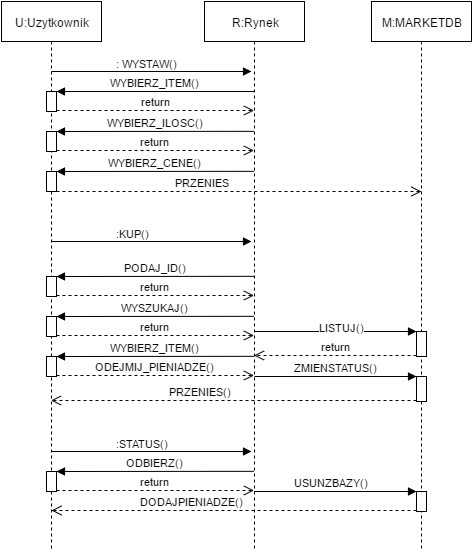
This is przebiegu.png from hokousharingan/UMLIO, a draw.io export, as it was before one commit. Source tidied: cells renumbered, new cells last; positions are measured from the earlier drawing's top-left corner, leaving out a move shared by most shapes. Source of this version:
```xml
<mxGraphModel background="#ffffff">
  <root>
    <mxCell id="0" />
    <mxCell id="1" parent="0" />
    <mxCell id="2" value="U:Uzytkownik" style="shape=umlLifeline;perimeter=lifelinePerimeter;whiteSpace=wrap;html=1;outlineConnect=0;" parent="1" vertex="1">
      <mxGeometry width="100" height="550" as="geometry" />
    </mxCell>
    <mxCell id="3" style="html=1;points=[];perimeter=orthogonalPerimeter;" parent="2" vertex="1">
      <mxGeometry x="45" y="90" width="10" height="20" as="geometry" />
    </mxCell>
    <mxCell id="4" style="html=1;points=[];perimeter=orthogonalPerimeter;" parent="2" vertex="1">
      <mxGeometry x="45" y="130" width="10" height="20" as="geometry" />
    </mxCell>
    <mxCell id="5" value="WYBIERZ_ILOSC()" style="html=1;verticalAlign=bottom;endArrow=block;entryX=1;entryY=0;" parent="2" edge="1" target="4">
      <mxGeometry x="55.3" y="129.8" as="geometry">
        <mxPoint x="252.5" y="129.8" as="sourcePoint" />
      </mxGeometry>
    </mxCell>
    <mxCell id="6" value="return" style="html=1;verticalAlign=bottom;endArrow=open;dashed=1;endSize=8;exitX=1;exitY=0.95;" parent="2" edge="1" source="4">
      <mxGeometry x="55.3" y="149" as="geometry">
        <mxPoint x="252.5" y="149" as="targetPoint" />
      </mxGeometry>
    </mxCell>
    <mxCell id="7" style="html=1;points=[];perimeter=orthogonalPerimeter;" parent="2" vertex="1">
      <mxGeometry x="45" y="170" width="10" height="20" as="geometry" />
    </mxCell>
    <mxCell id="8" value="WYBIERZ_CENE()" style="html=1;verticalAlign=bottom;endArrow=block;entryX=1;entryY=0;" parent="2" edge="1" target="7">
      <mxGeometry x="55.3" y="169.8" as="geometry">
        <mxPoint x="252.5" y="169.8" as="sourcePoint" />
      </mxGeometry>
    </mxCell>
    <mxCell id="9" value="PRZENIES" style="html=1;verticalAlign=bottom;endArrow=open;dashed=1;endSize=8;exitX=1;exitY=0.95;" parent="2" edge="1" source="7">
      <mxGeometry as="geometry">
        <mxPoint x="420" y="190" as="targetPoint" />
        <mxPoint x="-37" as="offset" />
      </mxGeometry>
    </mxCell>
    <mxCell id="10" style="html=1;points=[];perimeter=orthogonalPerimeter;" parent="2" vertex="1">
      <mxGeometry x="45" y="275" width="10" height="20" as="geometry" />
    </mxCell>
    <mxCell id="11" value="PODAJ_ID()" style="html=1;verticalAlign=bottom;endArrow=block;entryX=1;entryY=0;" parent="2" edge="1" target="10">
      <mxGeometry x="55.3" y="274.8" as="geometry">
        <mxPoint x="252.5" y="274.8" as="sourcePoint" />
      </mxGeometry>
    </mxCell>
    <mxCell id="12" value="return" style="html=1;verticalAlign=bottom;endArrow=open;dashed=1;endSize=8;exitX=1;exitY=0.95;" parent="2" edge="1" source="10">
      <mxGeometry x="55.3" y="294" as="geometry">
        <mxPoint x="252.5" y="294" as="targetPoint" />
      </mxGeometry>
    </mxCell>
    <mxCell id="13" value="WYSZUKAJ()" style="html=1;verticalAlign=bottom;endArrow=block;entryX=1;entryY=0;" parent="2" edge="1" target="15">
      <mxGeometry x="55.3" y="314.8" as="geometry">
        <mxPoint x="252.5" y="314.8" as="sourcePoint" />
      </mxGeometry>
    </mxCell>
    <mxCell id="14" value="return" style="html=1;verticalAlign=bottom;endArrow=open;dashed=1;endSize=8;exitX=1;exitY=0.95;" parent="2" edge="1" source="15">
      <mxGeometry x="55.3" y="334" as="geometry">
        <mxPoint x="252.5" y="334" as="targetPoint" />
      </mxGeometry>
    </mxCell>
    <mxCell id="15" style="html=1;points=[];perimeter=orthogonalPerimeter;" parent="2" vertex="1">
      <mxGeometry x="45" y="315" width="10" height="20" as="geometry" />
    </mxCell>
    <mxCell id="16" style="html=1;points=[];perimeter=orthogonalPerimeter;" parent="2" vertex="1">
      <mxGeometry x="45" y="355" width="10" height="20" as="geometry" />
    </mxCell>
    <mxCell id="17" value="WYBIERZ_ITEM()" style="html=1;verticalAlign=bottom;endArrow=block;entryX=1;entryY=0;" parent="2" edge="1" target="16">
      <mxGeometry x="55.3" y="354.8" as="geometry">
        <mxPoint x="252.5" y="354.8" as="sourcePoint" />
      </mxGeometry>
    </mxCell>
    <mxCell id="18" value="ODEJMIJ_PIENIADZE()" style="html=1;verticalAlign=bottom;endArrow=open;dashed=1;endSize=8;exitX=1;exitY=0.95;" parent="2" edge="1" source="16">
      <mxGeometry x="55.3" y="374" as="geometry">
        <mxPoint x="252.5" y="374" as="targetPoint" />
      </mxGeometry>
    </mxCell>
    <mxCell id="19" value=":KUP()" style="endArrow=block;endFill=1;html=1;edgeStyle=orthogonalEdgeStyle;align=left;verticalAlign=top;" parent="2" edge="1">
      <mxGeometry x="-0.38" y="20" relative="1" as="geometry">
        <mxPoint x="50" y="240" as="sourcePoint" />
        <mxPoint x="250" y="240" as="targetPoint" />
      </mxGeometry>
    </mxCell>
    <mxCell id="20" style="html=1;align=left;verticalAlign=bottom;labelBackgroundColor=#ffffff;fontSize=10;" parent="19" vertex="1">
      <mxGeometry x="-1" relative="1" as="geometry" />
    </mxCell>
    <mxCell id="21" value=":STATUS()" style="endArrow=block;endFill=1;html=1;edgeStyle=orthogonalEdgeStyle;align=left;verticalAlign=top;" parent="2" edge="1">
      <mxGeometry x="-0.38" y="20" relative="1" as="geometry">
        <mxPoint x="50" y="450" as="sourcePoint" />
        <mxPoint x="250" y="450" as="targetPoint" />
      </mxGeometry>
    </mxCell>
    <mxCell id="22" style="html=1;align=left;verticalAlign=bottom;labelBackgroundColor=#ffffff;fontSize=10;" parent="21" vertex="1">
      <mxGeometry x="-1" relative="1" as="geometry" />
    </mxCell>
    <mxCell id="23" value="ODBIERZ()" style="html=1;verticalAlign=bottom;endArrow=block;entryX=1;entryY=0;" parent="2" edge="1" target="25">
      <mxGeometry x="-54.7" y="359.8" as="geometry">
        <mxPoint x="252.5" y="469.8" as="sourcePoint" />
      </mxGeometry>
    </mxCell>
    <mxCell id="24" value="return" style="html=1;verticalAlign=bottom;endArrow=open;dashed=1;endSize=8;exitX=1;exitY=0.95;" parent="2" edge="1" source="25">
      <mxGeometry x="-54.7" y="379" as="geometry">
        <mxPoint x="252.5" y="489" as="targetPoint" />
      </mxGeometry>
    </mxCell>
    <mxCell id="25" style="html=1;points=[];perimeter=orthogonalPerimeter;" parent="2" vertex="1">
      <mxGeometry x="45" y="470" width="10" height="20" as="geometry" />
    </mxCell>
    <mxCell id="26" value="R:Rynek" style="shape=umlLifeline;perimeter=lifelinePerimeter;whiteSpace=wrap;html=1;outlineConnect=0;" parent="1" vertex="1">
      <mxGeometry x="203" width="100" height="550" as="geometry" />
    </mxCell>
    <mxCell id="27" value=": WYSTAW()" style="endArrow=block;endFill=1;html=1;edgeStyle=orthogonalEdgeStyle;align=left;verticalAlign=top;" parent="1" edge="1">
      <mxGeometry x="-0.38" y="20" relative="1" as="geometry">
        <mxPoint x="50" y="70" as="sourcePoint" />
        <mxPoint x="250" y="70" as="targetPoint" />
      </mxGeometry>
    </mxCell>
    <mxCell id="28" style="html=1;align=left;verticalAlign=bottom;labelBackgroundColor=#ffffff;fontSize=10;" parent="27" vertex="1">
      <mxGeometry x="-1" relative="1" as="geometry" />
    </mxCell>
    <mxCell id="29" value="WYBIERZ_ITEM()" style="html=1;verticalAlign=bottom;endArrow=block;entryX=1;entryY=0;" parent="1" edge="1" source="26" target="3">
      <mxGeometry relative="1" as="geometry" />
    </mxCell>
    <mxCell id="30" value="return" style="html=1;verticalAlign=bottom;endArrow=open;dashed=1;endSize=8;exitX=1;exitY=0.95;" parent="1" edge="1" source="3" target="26">
      <mxGeometry relative="1" as="geometry" />
    </mxCell>
    <mxCell id="31" value="M:MARKETDB" style="shape=umlLifeline;perimeter=lifelinePerimeter;whiteSpace=wrap;html=1;" parent="1" vertex="1">
      <mxGeometry x="370" width="100" height="550" as="geometry" />
    </mxCell>
    <mxCell id="32" style="html=1;points=[];perimeter=orthogonalPerimeter;" parent="31" vertex="1">
      <mxGeometry x="45" y="330" width="10" height="25" as="geometry" />
    </mxCell>
    <mxCell id="33" style="html=1;points=[];perimeter=orthogonalPerimeter;" parent="31" vertex="1">
      <mxGeometry x="45" y="490" width="10" height="20" as="geometry" />
    </mxCell>
    <mxCell id="34" value="DODAJPIENIADZE()" style="html=1;verticalAlign=bottom;endArrow=open;dashed=1;endSize=8;exitX=0;exitY=0.95;" parent="31" edge="1" source="33">
      <mxGeometry x="0.23" relative="1" as="geometry">
        <mxPoint x="-320" y="509" as="targetPoint" />
      </mxGeometry>
    </mxCell>
    <mxCell id="35" value="LISTUJ()" style="html=1;verticalAlign=bottom;endArrow=block;entryX=0;entryY=0;" parent="1" edge="1" target="32">
      <mxGeometry x="0.08" y="-5" relative="1" as="geometry">
        <mxPoint x="253" y="330" as="sourcePoint" />
      </mxGeometry>
    </mxCell>
    <mxCell id="36" value="return" style="html=1;verticalAlign=bottom;endArrow=open;dashed=1;endSize=8;exitX=0;exitY=0.95;" parent="1" edge="1" source="32" target="26">
      <mxGeometry relative="1" as="geometry" />
    </mxCell>
    <mxCell id="37" style="html=1;points=[];perimeter=orthogonalPerimeter;" parent="1" vertex="1">
      <mxGeometry x="415" y="375" width="10" height="25" as="geometry" />
    </mxCell>
    <mxCell id="38" value="ZMIENSTATUS()" style="html=1;verticalAlign=bottom;endArrow=block;entryX=0;entryY=0;" parent="1" edge="1" target="37">
      <mxGeometry x="363" y="485" as="geometry">
        <mxPoint x="253" y="375" as="sourcePoint" />
      </mxGeometry>
    </mxCell>
    <mxCell id="39" value="PRZENIES()" style="html=1;verticalAlign=bottom;endArrow=open;dashed=1;endSize=8;exitX=0;exitY=0.95;" parent="1" edge="1" source="37" target="2">
      <mxGeometry as="geometry">
        <mxPoint x="-33" as="offset" />
      </mxGeometry>
    </mxCell>
    <mxCell id="40" value="USUNZBAZY()" style="html=1;verticalAlign=bottom;endArrow=block;entryX=0;entryY=0;" parent="1" edge="1" source="26" target="33">
      <mxGeometry x="-0.05" relative="1" as="geometry" />
    </mxCell>
  </root>
</mxGraphModel>
```
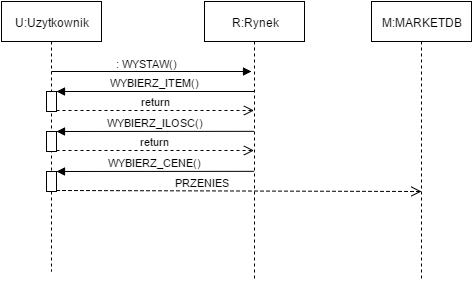
After the change.

What changed in the source:
```diff
@@ -3,7 +3,7 @@
     <mxCell id="0" />
     <mxCell id="1" parent="0" />
     <mxCell id="2" value="U:Uzytkownik" style="shape=umlLifeline;perimeter=lifelinePerimeter;whiteSpace=wrap;html=1;outlineConnect=0;" parent="1" vertex="1">
-      <mxGeometry width="100" height="550" as="geometry" />
+      <mxGeometry width="100" height="270" as="geometry" />
     </mxCell>
     <mxCell id="3" style="html=1;points=[];perimeter=orthogonalPerimeter;" parent="2" vertex="1">
       <mxGeometry x="45" y="90" width="10" height="20" as="geometry" />
@@ -35,78 +35,8 @@
         <mxPoint x="-37" as="offset" />
       </mxGeometry>
     </mxCell>
-    <mxCell id="10" style="html=1;points=[];perimeter=orthogonalPerimeter;" parent="2" vertex="1">
-      <mxGeometry x="45" y="275" width="10" height="20" as="geometry" />
-    </mxCell>
-    <mxCell id="11" value="PODAJ_ID()" style="html=1;verticalAlign=bottom;endArrow=block;entryX=1;entryY=0;" parent="2" edge="1" target="10">
-      <mxGeometry x="55.3" y="274.8" as="geometry">
-        <mxPoint x="252.5" y="274.8" as="sourcePoint" />
-      </mxGeometry>
-    </mxCell>
-    <mxCell id="12" value="return" style="html=1;verticalAlign=bottom;endArrow=open;dashed=1;endSize=8;exitX=1;exitY=0.95;" parent="2" edge="1" source="10">
-      <mxGeometry x="55.3" y="294" as="geometry">
-        <mxPoint x="252.5" y="294" as="targetPoint" />
-      </mxGeometry>
-    </mxCell>
-    <mxCell id="13" value="WYSZUKAJ()" style="html=1;verticalAlign=bottom;endArrow=block;entryX=1;entryY=0;" parent="2" edge="1" target="15">
-      <mxGeometry x="55.3" y="314.8" as="geometry">
-        <mxPoint x="252.5" y="314.8" as="sourcePoint" />
-      </mxGeometry>
-    </mxCell>
-    <mxCell id="14" value="return" style="html=1;verticalAlign=bottom;endArrow=open;dashed=1;endSize=8;exitX=1;exitY=0.95;" parent="2" edge="1" source="15">
-      <mxGeometry x="55.3" y="334" as="geometry">
-        <mxPoint x="252.5" y="334" as="targetPoint" />
-      </mxGeometry>
-    </mxCell>
-    <mxCell id="15" style="html=1;points=[];perimeter=orthogonalPerimeter;" parent="2" vertex="1">
-      <mxGeometry x="45" y="315" width="10" height="20" as="geometry" />
-    </mxCell>
-    <mxCell id="16" style="html=1;points=[];perimeter=orthogonalPerimeter;" parent="2" vertex="1">
-      <mxGeometry x="45" y="355" width="10" height="20" as="geometry" />
-    </mxCell>
-    <mxCell id="17" value="WYBIERZ_ITEM()" style="html=1;verticalAlign=bottom;endArrow=block;entryX=1;entryY=0;" parent="2" edge="1" target="16">
-      <mxGeometry x="55.3" y="354.8" as="geometry">
-        <mxPoint x="252.5" y="354.8" as="sourcePoint" />
-      </mxGeometry>
-    </mxCell>
-    <mxCell id="18" value="ODEJMIJ_PIENIADZE()" style="html=1;verticalAlign=bottom;endArrow=open;dashed=1;endSize=8;exitX=1;exitY=0.95;" parent="2" edge="1" source="16">
-      <mxGeometry x="55.3" y="374" as="geometry">
-        <mxPoint x="252.5" y="374" as="targetPoint" />
-      </mxGeometry>
-    </mxCell>
-    <mxCell id="19" value=":KUP()" style="endArrow=block;endFill=1;html=1;edgeStyle=orthogonalEdgeStyle;align=left;verticalAlign=top;" parent="2" edge="1">
-      <mxGeometry x="-0.38" y="20" relative="1" as="geometry">
-        <mxPoint x="50" y="240" as="sourcePoint" />
-        <mxPoint x="250" y="240" as="targetPoint" />
-      </mxGeometry>
-    </mxCell>
-    <mxCell id="20" style="html=1;align=left;verticalAlign=bottom;labelBackgroundColor=#ffffff;fontSize=10;" parent="19" vertex="1">
-      <mxGeometry x="-1" relative="1" as="geometry" />
-    </mxCell>
-    <mxCell id="21" value=":STATUS()" style="endArrow=block;endFill=1;html=1;edgeStyle=orthogonalEdgeStyle;align=left;verticalAlign=top;" parent="2" edge="1">
-      <mxGeometry x="-0.38" y="20" relative="1" as="geometry">
-        <mxPoint x="50" y="450" as="sourcePoint" />
-        <mxPoint x="250" y="450" as="targetPoint" />
-      </mxGeometry>
-    </mxCell>
-    <mxCell id="22" style="html=1;align=left;verticalAlign=bottom;labelBackgroundColor=#ffffff;fontSize=10;" parent="21" vertex="1">
-      <mxGeometry x="-1" relative="1" as="geometry" />
-    </mxCell>
-    <mxCell id="23" value="ODBIERZ()" style="html=1;verticalAlign=bottom;endArrow=block;entryX=1;entryY=0;" parent="2" edge="1" target="25">
-      <mxGeometry x="-54.7" y="359.8" as="geometry">
-        <mxPoint x="252.5" y="469.8" as="sourcePoint" />
-      </mxGeometry>
-    </mxCell>
-    <mxCell id="24" value="return" style="html=1;verticalAlign=bottom;endArrow=open;dashed=1;endSize=8;exitX=1;exitY=0.95;" parent="2" edge="1" source="25">
-      <mxGeometry x="-54.7" y="379" as="geometry">
-        <mxPoint x="252.5" y="489" as="targetPoint" />
-      </mxGeometry>
-    </mxCell>
-    <mxCell id="25" style="html=1;points=[];perimeter=orthogonalPerimeter;" parent="2" vertex="1">
-      <mxGeometry x="45" y="470" width="10" height="20" as="geometry" />
-    </mxCell>
     <mxCell id="26" value="R:Rynek" style="shape=umlLifeline;perimeter=lifelinePerimeter;whiteSpace=wrap;html=1;outlineConnect=0;" parent="1" vertex="1">
-      <mxGeometry x="203" width="100" height="550" as="geometry" />
+      <mxGeometry x="203" width="100" height="280" as="geometry" />
     </mxCell>
     <mxCell id="27" value=": WYSTAW()" style="endArrow=block;endFill=1;html=1;edgeStyle=orthogonalEdgeStyle;align=left;verticalAlign=top;" parent="1" edge="1">
       <mxGeometry x="-0.38" y="20" relative="1" as="geometry">
@@ -124,42 +54,7 @@
       <mxGeometry relative="1" as="geometry" />
     </mxCell>
     <mxCell id="31" value="M:MARKETDB" style="shape=umlLifeline;perimeter=lifelinePerimeter;whiteSpace=wrap;html=1;" parent="1" vertex="1">
-      <mxGeometry x="370" width="100" height="550" as="geometry" />
+      <mxGeometry x="370" width="100" height="280" as="geometry" />
     </mxCell>
-    <mxCell id="32" style="html=1;points=[];perimeter=orthogonalPerimeter;" parent="31" vertex="1">
-      <mxGeometry x="45" y="330" width="10" height="25" as="geometry" />
-    </mxCell>
-    <mxCell id="33" style="html=1;points=[];perimeter=orthogonalPerimeter;" parent="31" vertex="1">
-      <mxGeometry x="45" y="490" width="10" height="20" as="geometry" />
-    </mxCell>
-    <mxCell id="34" value="DODAJPIENIADZE()" style="html=1;verticalAlign=bottom;endArrow=open;dashed=1;endSize=8;exitX=0;exitY=0.95;" parent="31" edge="1" source="33">
-      <mxGeometry x="0.23" relative="1" as="geometry">
-        <mxPoint x="-320" y="509" as="targetPoint" />
-      </mxGeometry>
-    </mxCell>
-    <mxCell id="35" value="LISTUJ()" style="html=1;verticalAlign=bottom;endArrow=block;entryX=0;entryY=0;" parent="1" edge="1" target="32">
-      <mxGeometry x="0.08" y="-5" relative="1" as="geometry">
-        <mxPoint x="253" y="330" as="sourcePoint" />
-      </mxGeometry>
-    </mxCell>
-    <mxCell id="36" value="return" style="html=1;verticalAlign=bottom;endArrow=open;dashed=1;endSize=8;exitX=0;exitY=0.95;" parent="1" edge="1" source="32" target="26">
-      <mxGeometry relative="1" as="geometry" />
-    </mxCell>
-    <mxCell id="37" style="html=1;points=[];perimeter=orthogonalPerimeter;" parent="1" vertex="1">
-      <mxGeometry x="415" y="375" width="10" height="25" as="geometry" />
-    </mxCell>
-    <mxCell id="38" value="ZMIENSTATUS()" style="html=1;verticalAlign=bottom;endArrow=block;entryX=0;entryY=0;" parent="1" edge="1" target="37">
-      <mxGeometry x="363" y="485" as="geometry">
-        <mxPoint x="253" y="375" as="sourcePoint" />
-      </mxGeometry>
-    </mxCell>
-    <mxCell id="39" value="PRZENIES()" style="html=1;verticalAlign=bottom;endArrow=open;dashed=1;endSize=8;exitX=0;exitY=0.95;" parent="1" edge="1" source="37" target="2">
-      <mxGeometry as="geometry">
-        <mxPoint x="-33" as="offset" />
-      </mxGeometry>
-    </mxCell>
-    <mxCell id="40" value="USUNZBAZY()" style="html=1;verticalAlign=bottom;endArrow=block;entryX=0;entryY=0;" parent="1" edge="1" source="26" target="33">
-      <mxGeometry x="-0.05" relative="1" as="geometry" />
-    </mxCell>
   </root>
 </mxGraphModel>
```
